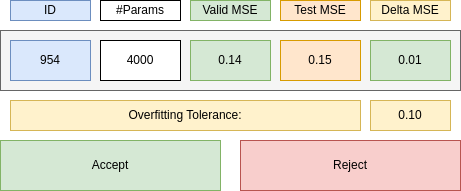
Above: docs/figures/check_test_results.png in Etto48/PMIProject (draw.io), before the change. Source tidied: cells renumbered, new cells last; positions are measured from the earlier drawing's top-left corner, leaving out a move shared by most shapes.
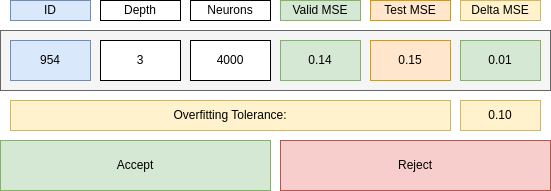
After the commit.

Diff of the diagram source:
```diff
@@ -3,13 +3,13 @@
     <mxCell id="0" />
     <mxCell id="1" parent="0" />
     <mxCell id="2" value="Overfitting Tolerance:" style="rounded=0;whiteSpace=wrap;html=1;fillColor=#fff2cc;strokeColor=#d6b656;" parent="1" vertex="1">
-      <mxGeometry x="10" y="100" width="350" height="30" as="geometry" />
+      <mxGeometry x="10" y="100" width="440" height="30" as="geometry" />
     </mxCell>
     <mxCell id="3" value="0.10" style="rounded=0;whiteSpace=wrap;html=1;fillColor=#fff2cc;strokeColor=#d6b656;" parent="1" vertex="1">
-      <mxGeometry x="370" y="100" width="80" height="30" as="geometry" />
+      <mxGeometry x="460" y="100" width="80" height="30" as="geometry" />
     </mxCell>
     <mxCell id="4" style="rounded=0;whiteSpace=wrap;html=1;fillColor=#f5f5f5;strokeColor=#666666;fontColor=#333333;" parent="1" vertex="1">
-      <mxGeometry y="30" width="460" height="60" as="geometry" />
+      <mxGeometry y="30" width="550" height="60" as="geometry" />
     </mxCell>
     <mxCell id="5" value="954" style="rounded=0;whiteSpace=wrap;html=1;fillColor=#dae8fc;strokeColor=#6c8ebf;" parent="1" vertex="1">
       <mxGeometry x="10" y="40" width="80" height="40" as="geometry" />
@@ -18,34 +18,40 @@
       <mxGeometry x="10" width="80" height="20" as="geometry" />
     </mxCell>
     <mxCell id="7" value="Valid MSE" style="rounded=0;whiteSpace=wrap;html=1;fillColor=#d5e8d4;strokeColor=#82b366;" parent="1" vertex="1">
-      <mxGeometry x="190" width="80" height="20" as="geometry" />
+      <mxGeometry x="280" width="80" height="20" as="geometry" />
     </mxCell>
-    <mxCell id="8" value="#Params" style="rounded=0;whiteSpace=wrap;html=1;" parent="1" vertex="1">
+    <mxCell id="8" value="Depth" style="rounded=0;whiteSpace=wrap;html=1;" parent="1" vertex="1">
       <mxGeometry x="100" width="80" height="20" as="geometry" />
     </mxCell>
     <mxCell id="9" value="Delta MSE" style="rounded=0;whiteSpace=wrap;html=1;fillColor=#fff2cc;strokeColor=#d6b656;" parent="1" vertex="1">
-      <mxGeometry x="370" width="80" height="20" as="geometry" />
+      <mxGeometry x="460" width="80" height="20" as="geometry" />
     </mxCell>
-    <mxCell id="10" value="4000" style="rounded=0;whiteSpace=wrap;html=1;" parent="1" vertex="1">
+    <mxCell id="10" value="3" style="rounded=0;whiteSpace=wrap;html=1;" parent="1" vertex="1">
       <mxGeometry x="100" y="40" width="80" height="40" as="geometry" />
     </mxCell>
     <mxCell id="11" value="0.14" style="rounded=0;whiteSpace=wrap;html=1;fillColor=#d5e8d4;strokeColor=#82b366;" parent="1" vertex="1">
-      <mxGeometry x="190" y="40" width="80" height="40" as="geometry" />
+      <mxGeometry x="280" y="40" width="80" height="40" as="geometry" />
     </mxCell>
     <mxCell id="12" value="0.01" style="rounded=0;whiteSpace=wrap;html=1;fillColor=#d5e8d4;strokeColor=#82b366;" parent="1" vertex="1">
-      <mxGeometry x="370" y="40" width="80" height="40" as="geometry" />
+      <mxGeometry x="460" y="40" width="80" height="40" as="geometry" />
     </mxCell>
     <mxCell id="13" value="0.15" style="rounded=0;whiteSpace=wrap;html=1;fillColor=#ffe6cc;strokeColor=#d79b00;" parent="1" vertex="1">
-      <mxGeometry x="280" y="40" width="80" height="40" as="geometry" />
+      <mxGeometry x="370" y="40" width="80" height="40" as="geometry" />
     </mxCell>
     <mxCell id="14" value="Test MSE" style="rounded=0;whiteSpace=wrap;html=1;fillColor=#ffe6cc;strokeColor=#d79b00;" parent="1" vertex="1">
-      <mxGeometry x="280" width="80" height="20" as="geometry" />
+      <mxGeometry x="370" width="80" height="20" as="geometry" />
     </mxCell>
     <mxCell id="15" value="Accept" style="rounded=0;whiteSpace=wrap;html=1;fillColor=#d5e8d4;strokeColor=#82b366;" parent="1" vertex="1">
-      <mxGeometry y="140" width="220" height="50" as="geometry" />
+      <mxGeometry y="140" width="270" height="50" as="geometry" />
     </mxCell>
     <mxCell id="16" value="Reject" style="rounded=0;whiteSpace=wrap;html=1;fillColor=#f8cecc;strokeColor=#b85450;" parent="1" vertex="1">
-      <mxGeometry x="240" y="140" width="220" height="50" as="geometry" />
+      <mxGeometry x="280" y="140" width="270" height="50" as="geometry" />
     </mxCell>
+    <mxCell id="17" value="Neurons" style="rounded=0;whiteSpace=wrap;html=1;" parent="1" vertex="1">
+      <mxGeometry x="190" width="80" height="20" as="geometry" />
+    </mxCell>
+    <mxCell id="18" value="4000" style="rounded=0;whiteSpace=wrap;html=1;" parent="1" vertex="1">
+      <mxGeometry x="190" y="40" width="80" height="40" as="geometry" />
+    </mxCell>
   </root>
 </mxGraphModel>
```
